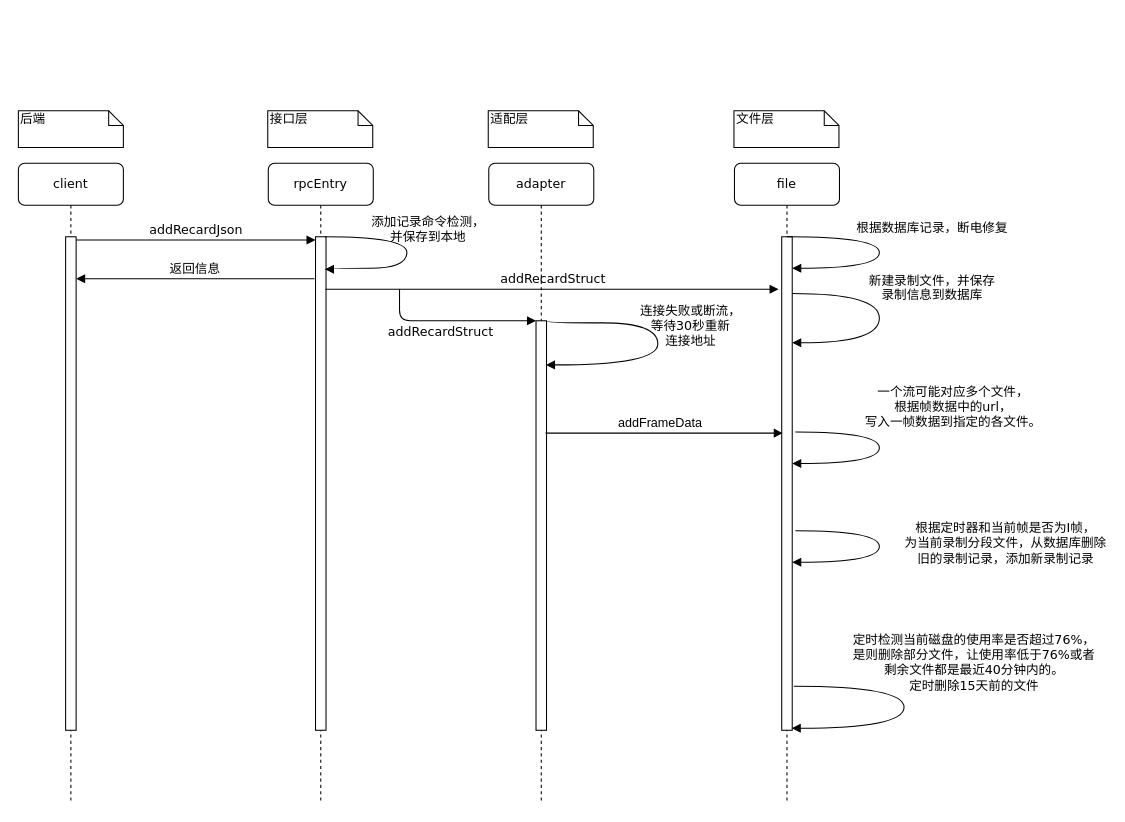
This is lookUpLessonSequenceDiagram.drawio from huangPeiLc/drawio, a draw.io file, before an edit. Source tidied: cells renumbered, new cells numbered last; positions are measured from the earlier drawing's top-left corner, leaving out a move shared by most shapes. Both pictures are drawn from the tidied source at 105%, with x=0, y=0 at pixel (18, 110).
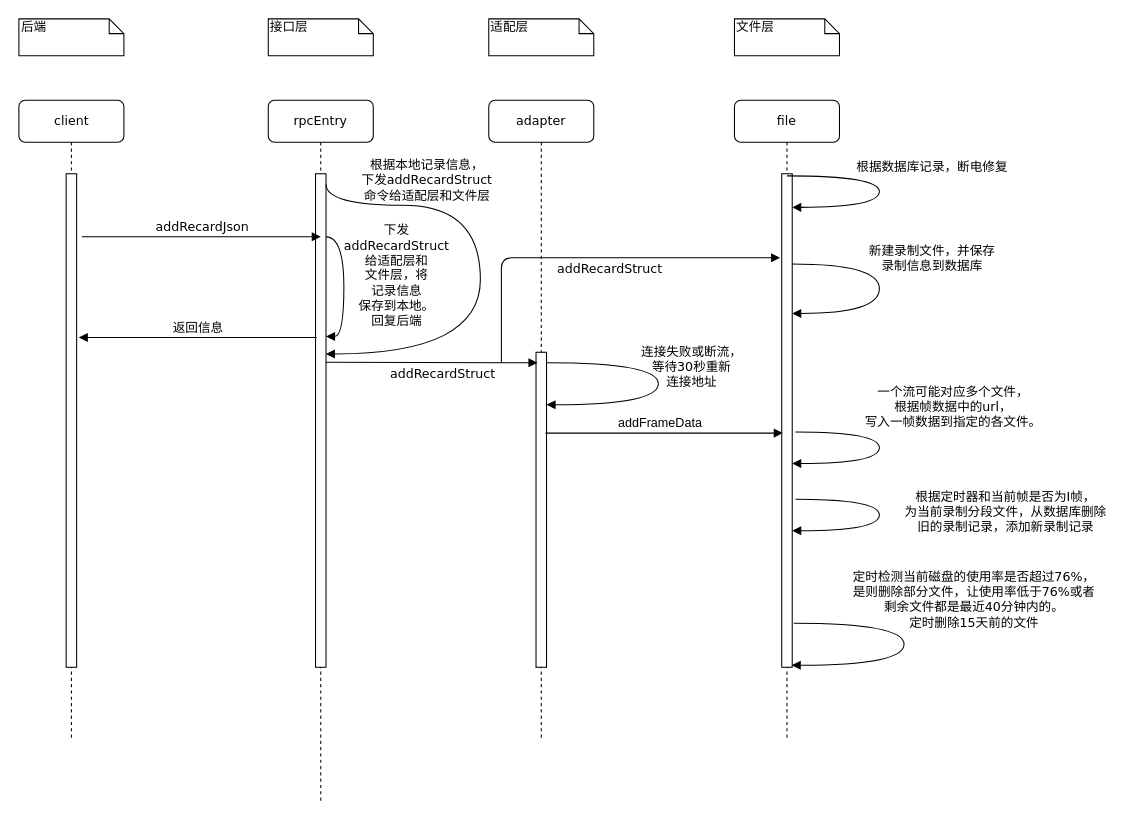
Above is the later version.

The change refers to these unchanged cells:
```xml
<mxCell id="5" style="html=1;points=[];perimeter=orthogonalPerimeter;rounded=0;shadow=0;comic=0;labelBackgroundColor=none;strokeColor=#000000;strokeWidth=1;fillColor=#FFFFFF;fontFamily=Verdana;fontSize=12;fontColor=#000000;align=center;" parent="4" vertex="1">
  <mxGeometry x="45" y="70" width="10" height="470" as="geometry" />
</mxCell>
<mxCell id="8" style="html=1;points=[];perimeter=orthogonalPerimeter;rounded=0;shadow=0;comic=0;labelBackgroundColor=none;strokeColor=#000000;strokeWidth=1;fillColor=#FFFFFF;fontFamily=Verdana;fontSize=12;fontColor=#000000;align=center;" parent="7" vertex="1">
  <mxGeometry x="45" y="70" width="10" height="470" as="geometry" />
</mxCell>
<mxCell id="14" style="html=1;points=[];perimeter=orthogonalPerimeter;rounded=0;shadow=0;comic=0;labelBackgroundColor=none;strokeColor=#000000;strokeWidth=1;fillColor=#FFFFFF;fontFamily=Verdana;fontSize=12;fontColor=#000000;align=center;" parent="13" vertex="1">
  <mxGeometry x="45" y="70" width="10" height="470" as="geometry" />
</mxCell>
```

Diff of the diagram source:
```diff
@@
     <mxCell id="2" value="adapter" style="shape=umlLifeline;perimeter=lifelinePerimeter;whiteSpace=wrap;html=1;rounded=1;shadow=0;comic=0;labelBackgroundColor=none;strokeColor=#000000;strokeWidth=1;fillColor=#FFFFFF;fontFamily=Verdana;fontSize=12;fontColor=#000000;align=center;" parent="1" vertex="1">
-      <mxGeometry x="448" y="50" width="100" height="610" as="geometry" />
+      <mxGeometry x="448" y="-10" width="100" height="610" as="geometry" />
     </mxCell>
     <mxCell id="3" style="html=1;points=[];perimeter=orthogonalPerimeter;rounded=0;shadow=0;comic=0;labelBackgroundColor=none;strokeColor=#000000;strokeWidth=1;fillColor=#FFFFFF;fontFamily=Verdana;fontSize=12;fontColor=#000000;align=center;" parent="2" vertex="1">
-      <mxGeometry x="45" y="150" width="10" height="390" as="geometry" />
+      <mxGeometry x="45" y="240" width="10" height="300" as="geometry" />
     </mxCell>
     <mxCell id="4" value="file" style="shape=umlLifeline;perimeter=lifelinePerimeter;whiteSpace=wrap;html=1;rounded=1;shadow=0;comic=0;labelBackgroundColor=none;strokeColor=#000000;strokeWidth=1;fillColor=#FFFFFF;fontFamily=Verdana;fontSize=12;fontColor=#000000;align=center;" parent="1" vertex="1">
-      <mxGeometry x="682" y="50" width="100" height="610" as="geometry" />
+      <mxGeometry x="682" y="-10" width="100" height="610" as="geometry" />
     </mxCell>
@@
     <mxCell id="6" value="&lt;div&gt;新建录制文件，并保存&lt;/div&gt;&lt;div&gt;录制信息到数据库&lt;/div&gt;&lt;div&gt;&lt;br&gt;&lt;/div&gt;" style="html=1;verticalAlign=bottom;endArrow=block;labelBackgroundColor=none;fontFamily=Verdana;fontSize=12;elbow=vertical;edgeStyle=orthogonalEdgeStyle;curved=1;" parent="4" edge="1">
       <mxGeometry x="0.22" y="-54" relative="1" as="geometry">
-        <mxPoint x="55" y="124" as="sourcePoint" />
-        <mxPoint x="55" y="171" as="targetPoint" />
+        <mxPoint x="55" y="156" as="sourcePoint" />
+        <mxPoint x="55" y="203" as="targetPoint" />
         <Array as="points">
-          <mxPoint x="138" y="124" />
-          <mxPoint x="138" y="171" />
+          <mxPoint x="138" y="156" />
+          <mxPoint x="138" y="203" />
         </Array>
         <mxPoint x="50" y="33" as="offset" />
       </mxGeometry>
     </mxCell>
     <mxCell id="7" value="rpcEntry" style="shape=umlLifeline;perimeter=lifelinePerimeter;whiteSpace=wrap;html=1;rounded=1;shadow=0;comic=0;labelBackgroundColor=none;strokeColor=#000000;strokeWidth=1;fillColor=#FFFFFF;fontFamily=Verdana;fontSize=12;fontColor=#000000;align=center;" parent="1" vertex="1">
-      <mxGeometry x="238" y="50" width="100" height="610" as="geometry" />
+      <mxGeometry x="238" y="-10" width="100" height="670" as="geometry" />
     </mxCell>
@@
+    <mxCell id="27" value="&lt;div&gt;下发&lt;/div&gt;&lt;div&gt;addRecardStruct&lt;br&gt;&lt;/div&gt;&lt;div&gt;给适配层和&lt;/div&gt;&lt;div&gt;文件层，将&lt;/div&gt;&lt;div&gt;记录信息&lt;/div&gt;&lt;div&gt;保存到本地。&lt;/div&gt;&lt;div&gt;回复后端&lt;br&gt;&lt;/div&gt;" style="html=1;verticalAlign=bottom;endArrow=block;labelBackgroundColor=none;fontFamily=Verdana;fontSize=12;elbow=vertical;edgeStyle=orthogonalEdgeStyle;curved=1;exitX=1;exitY=0.298;exitDx=0;exitDy=0;exitPerimeter=0;" parent="7" edge="1">
+      <mxGeometry x="0.73" y="-50" relative="1" as="geometry">
+        <mxPoint x="54.9" y="130.1" as="sourcePoint" />
+        <mxPoint x="55" y="225" as="targetPoint" />
+        <Array as="points">
+          <mxPoint x="72" y="130" />
+          <mxPoint x="72" y="225" />
+        </Array>
+        <mxPoint x="50" y="45" as="offset" />
+      </mxGeometry>
+    </mxCell>
+    <mxCell id="24" value="&lt;div&gt;根据本地记录信息，&lt;/div&gt;&lt;div&gt;下发addRecardStruct&lt;br&gt;&lt;/div&gt;&lt;div&gt;命令给适配层和文件层&lt;br&gt;&lt;/div&gt;" style="html=1;verticalAlign=bottom;endArrow=block;labelBackgroundColor=none;fontFamily=Verdana;fontSize=12;elbow=vertical;edgeStyle=orthogonalEdgeStyle;curved=1;entryX=0.986;entryY=0.365;entryDx=0;entryDy=0;entryPerimeter=0;" parent="7" edge="1" target="8">
+      <mxGeometry x="-0.49" relative="1" as="geometry">
+        <mxPoint x="55" y="80" as="sourcePoint" />
+        <Array as="points">
+          <mxPoint x="55" y="100" />
+          <mxPoint x="202" y="100" />
+          <mxPoint x="202" y="242" />
+        </Array>
+      </mxGeometry>
+    </mxCell>
-    <mxCell id="9" value="addRecardStruct" style="html=1;verticalAlign=bottom;endArrow=block;labelBackgroundColor=none;fontFamily=Verdana;fontSize=12;edgeStyle=elbowEdgeStyle;elbow=vertical;entryX=-0.25;entryY=0.149;entryDx=0;entryDy=0;entryPerimeter=0;" parent="1" edge="1">
-      <mxGeometry relative="1" as="geometry">
-        <mxPoint x="292.5" y="170" as="sourcePoint" />
-        <mxPoint x="724" y="170" as="targetPoint" />
-      </mxGeometry>
+    <mxCell id="9" value="addRecardStruct" style="html=1;verticalAlign=bottom;endArrow=block;labelBackgroundColor=none;fontFamily=Verdana;fontSize=12;edgeStyle=elbowEdgeStyle;elbow=vertical;exitX=0.986;exitY=0.382;exitDx=0;exitDy=0;exitPerimeter=0;entryX=0.138;entryY=0.035;entryDx=0;entryDy=0;entryPerimeter=0;" parent="1" edge="1" source="8" target="3">
+      <mxGeometry x="0.11" y="-20" relative="1" as="geometry" />
     </mxCell>
     <mxCell id="10" value="接口层" style="shape=note;whiteSpace=wrap;html=1;size=14;verticalAlign=top;align=left;spacingTop=-6;rounded=0;shadow=0;comic=0;labelBackgroundColor=none;strokeColor=#000000;strokeWidth=1;fillColor=#FFFFFF;fontFamily=Verdana;fontSize=12;fontColor=#000000;" parent="1" vertex="1">
-      <mxGeometry x="237.5" width="100" height="35" as="geometry" />
+      <mxGeometry x="238" y="-87.5" width="100" height="35" as="geometry" />
     </mxCell>
     <mxCell id="11" value="适配层" style="shape=note;whiteSpace=wrap;html=1;size=14;verticalAlign=top;align=left;spacingTop=-6;rounded=0;shadow=0;comic=0;labelBackgroundColor=none;strokeColor=#000000;strokeWidth=1;fillColor=#FFFFFF;fontFamily=Verdana;fontSize=12;fontColor=#000000;" parent="1" vertex="1">
-      <mxGeometry x="447.5" width="100" height="35" as="geometry" />
+      <mxGeometry x="448" y="-87.5" width="100" height="35" as="geometry" />
     </mxCell>
     <mxCell id="12" value="文件层" style="shape=note;whiteSpace=wrap;html=1;size=14;verticalAlign=top;align=left;spacingTop=-6;rounded=0;shadow=0;comic=0;labelBackgroundColor=none;strokeColor=#000000;strokeWidth=1;fillColor=#FFFFFF;fontFamily=Verdana;fontSize=12;fontColor=#000000;" parent="1" vertex="1">
-      <mxGeometry x="681.5" width="100" height="35" as="geometry" />
+      <mxGeometry x="682" y="-87.5" width="100" height="35" as="geometry" />
     </mxCell>
-    <mxCell id="13" value="client" style="shape=umlLifeline;perimeter=lifelinePerimeter;whiteSpace=wrap;html=1;rounded=1;shadow=0;comic=0;labelBackgroundColor=none;strokeColor=#000000;strokeWidth=1;fillColor=#FFFFFF;fontFamily=Verdana;fontSize=12;fontColor=#000000;align=center;" parent="1" vertex="1">
-      <mxGeometry y="50" width="100" height="610" as="geometry" />
+    <mxCell id="13" value="client" style="shape=umlLifeline;perimeter=lifelinePerimeter;whiteSpace=wrap;html=1;rounded=1;shadow=0;comic=0;labelBackgroundColor=none;strokeColor=#000000;strokeWidth=1;fillColor=#FFFFFF;fontFamily=Verdana;fontSize=12;fontColor=#000000;align=center;size=40;" parent="1" vertex="1">
+      <mxGeometry x="0.5" y="-10" width="100" height="610" as="geometry" />
     </mxCell>
@@
     <mxCell id="15" value="后端" style="shape=note;whiteSpace=wrap;html=1;size=14;verticalAlign=top;align=left;spacingTop=-6;rounded=0;shadow=0;comic=0;labelBackgroundColor=none;strokeColor=#000000;strokeWidth=1;fillColor=#FFFFFF;fontFamily=Verdana;fontSize=12;fontColor=#000000;" parent="1" vertex="1">
-      <mxGeometry width="100" height="35" as="geometry" />
+      <mxGeometry x="0.5" y="-87.5" width="100" height="35" as="geometry" />
     </mxCell>
-    <mxCell id="16" value="addRecardJson" style="html=1;verticalAlign=bottom;endArrow=block;labelBackgroundColor=none;fontFamily=Verdana;fontSize=12;edgeStyle=elbowEdgeStyle;elbow=vertical;" parent="1" edge="1" source="14">
+    <mxCell id="16" value="addRecardJson" style="html=1;verticalAlign=bottom;endArrow=block;labelBackgroundColor=none;fontFamily=Verdana;fontSize=12;edgeStyle=elbowEdgeStyle;elbow=vertical;" parent="1" edge="1">
       <mxGeometry relative="1" as="geometry">
-        <mxPoint x="283" y="123" as="targetPoint" />
+        <mxPoint x="60.5" y="120" as="sourcePoint" />
+        <mxPoint x="288" y="120" as="targetPoint" />
         <Array as="points">
-          <mxPoint x="173" y="123" />
+          <mxPoint x="178" y="120" />
         </Array>
       </mxGeometry>
     </mxCell>
-    <mxCell id="17" value="根据数据库记录，断电修复" style="html=1;verticalAlign=bottom;endArrow=block;labelBackgroundColor=none;fontFamily=Verdana;fontSize=12;elbow=vertical;edgeStyle=orthogonalEdgeStyle;curved=1;" parent="1" edge="1" target="5">
+    <mxCell id="17" value="根据数据库记录，断电修复" style="html=1;verticalAlign=bottom;endArrow=block;labelBackgroundColor=none;fontFamily=Verdana;fontSize=12;elbow=vertical;edgeStyle=orthogonalEdgeStyle;curved=1;" parent="1" edge="1">
       <mxGeometry x="-0.11" y="50" relative="1" as="geometry">
-        <mxPoint x="732" y="120" as="sourcePoint" />
+        <mxPoint x="732" y="62" as="sourcePoint" />
+        <mxPoint x="737" y="92" as="targetPoint" />
         <Array as="points">
-          <mxPoint x="820" y="120" />
-          <mxPoint x="820" y="150" />
+          <mxPoint x="820" y="62" />
+          <mxPoint x="820" y="92" />
         </Array>
       </mxGeometry>
     </mxCell>
@@
-    <mxCell id="19" value="&lt;div&gt;连接失败或断流，&lt;/div&gt;&lt;div&gt;等待30秒重新&lt;/div&gt;&lt;div&gt;连接地址&lt;/div&gt;" style="html=1;verticalAlign=bottom;endArrow=block;labelBackgroundColor=none;fontFamily=Verdana;fontSize=12;elbow=vertical;edgeStyle=orthogonalEdgeStyle;curved=1;exitX=1.068;exitY=0.001;exitDx=0;exitDy=0;exitPerimeter=0;" parent="1" edge="1" source="3">
+    <mxCell id="19" value="&lt;div&gt;连接失败或断流，&lt;/div&gt;&lt;div&gt;等待30秒重新&lt;/div&gt;&lt;div&gt;连接地址&lt;/div&gt;" style="html=1;verticalAlign=bottom;endArrow=block;labelBackgroundColor=none;fontFamily=Verdana;fontSize=12;elbow=vertical;edgeStyle=orthogonalEdgeStyle;curved=1;" parent="1" edge="1">
       <mxGeometry x="0.06" y="31" relative="1" as="geometry">
-        <mxPoint x="502.5" y="242" as="targetPoint" />
+        <mxPoint x="503.5" y="240" as="sourcePoint" />
+        <mxPoint x="503" y="280" as="targetPoint" />
         <Array as="points">
-          <mxPoint x="504" y="202" />
-          <mxPoint x="609" y="202" />
-          <mxPoint x="609" y="242" />
+          <mxPoint x="503.5" y="240" />
+          <mxPoint x="609.5" y="240" />
+          <mxPoint x="609.5" y="280" />
         </Array>
       </mxGeometry>
     </mxCell>
     <mxCell id="20" value="&lt;div&gt;定时检测当前磁盘的使用率是否超过76%，&lt;/div&gt;&lt;div&gt;是则删除部分文件，让使用率低于76%或者&lt;/div&gt;&lt;div&gt;剩余文件都是最近40分钟内的。&lt;/div&gt;&lt;div&gt;定时删除15天前的文件&lt;br&gt;&lt;/div&gt;" style="html=1;verticalAlign=bottom;endArrow=block;labelBackgroundColor=none;fontFamily=Verdana;fontSize=12;elbow=vertical;edgeStyle=orthogonalEdgeStyle;curved=1;" parent="1" edge="1">
       <mxGeometry x="-0.17" y="-67" relative="1" as="geometry">
-        <mxPoint x="738.5" y="548" as="sourcePoint" />
-        <mxPoint x="736.5" y="588" as="targetPoint" />
+        <mxPoint x="738.5" y="488" as="sourcePoint" />
+        <mxPoint x="736.5" y="528" as="targetPoint" />
         <Array as="points">
-          <mxPoint x="843.5" y="548" />
-          <mxPoint x="843.5" y="588" />
+          <mxPoint x="843.5" y="488" />
+          <mxPoint x="843.5" y="528" />
         </Array>
         <mxPoint x="133" y="9" as="offset" />
       </mxGeometry>
     </mxCell>
-    <mxCell id="21" value="addRecardStruct" style="html=1;verticalAlign=bottom;endArrow=block;labelBackgroundColor=none;fontFamily=Verdana;fontSize=12;edgeStyle=elbowEdgeStyle;elbow=vertical;" parent="1" edge="1" target="3">
-      <mxGeometry x="-0.14" y="-20" relative="1" as="geometry">
-        <mxPoint x="363" y="170" as="sourcePoint" />
-        <Array as="points">
-          <mxPoint x="420" y="200" />
-        </Array>
-      </mxGeometry>
-    </mxCell>
@@
-    <mxCell id="24" value="&lt;div&gt;添加记录命令检测，&lt;/div&gt;&lt;div&gt;并保存到本地&lt;/div&gt;" style="html=1;verticalAlign=bottom;endArrow=block;labelBackgroundColor=none;fontFamily=Verdana;fontSize=12;elbow=vertical;edgeStyle=orthogonalEdgeStyle;curved=1;" parent="1" edge="1">
-      <mxGeometry x="-0.17" y="-22" relative="1" as="geometry">
-        <mxPoint x="292" y="120" as="sourcePoint" />
-        <mxPoint x="292" y="151" as="targetPoint" />
-        <Array as="points">
-          <mxPoint x="370" y="120" />
-          <mxPoint x="370" y="150" />
-          <mxPoint x="300" y="150" />
-          <mxPoint x="300" y="151" />
-          <mxPoint x="292" y="151" />
-        </Array>
-        <mxPoint x="42" y="10" as="offset" />
-      </mxGeometry>
-    </mxCell>
-    <mxCell id="25" value="返回信息" style="html=1;verticalAlign=bottom;endArrow=block;labelBackgroundColor=none;fontFamily=Verdana;fontSize=12;edgeStyle=elbowEdgeStyle;elbow=vertical;exitX=0.7;exitY=0.085;exitDx=0;exitDy=0;exitPerimeter=0;" parent="1" edge="1" target="14">
+    <mxCell id="25" value="返回信息" style="html=1;verticalAlign=bottom;endArrow=block;labelBackgroundColor=none;fontFamily=Verdana;fontSize=12;edgeStyle=elbowEdgeStyle;elbow=vertical;exitX=0.7;exitY=0.085;exitDx=0;exitDy=0;exitPerimeter=0;" parent="1" edge="1">
       <mxGeometry relative="1" as="geometry">
-        <mxPoint x="282" y="159.9" as="sourcePoint" />
+        <mxPoint x="284" y="215.9" as="sourcePoint" />
+        <mxPoint x="57.5" y="216" as="targetPoint" />
         <Array as="points">
-          <mxPoint x="272" y="160" />
+          <mxPoint x="274" y="216" />
         </Array>
       </mxGeometry>
     </mxCell>
     <mxCell id="26" value="&lt;div&gt;根据定时器和当前帧是否为I帧，&lt;/div&gt;&lt;div&gt;为当前录制分段文件，从数据库删除&lt;/div&gt;&lt;div&gt;旧的录制记录，添加新录制记录&lt;br&gt;&lt;/div&gt;" style="html=1;verticalAlign=bottom;endArrow=block;labelBackgroundColor=none;fontFamily=Verdana;fontSize=12;elbow=vertical;edgeStyle=orthogonalEdgeStyle;curved=1;" parent="1" edge="1">
       <mxGeometry x="0.14" y="120" relative="1" as="geometry">
-        <mxPoint x="740" y="400" as="sourcePoint" />
-        <mxPoint x="737" y="430" as="targetPoint" />
+        <mxPoint x="740" y="370" as="sourcePoint" />
+        <mxPoint x="737" y="400" as="targetPoint" />
         <Array as="points">
+          <mxPoint x="820" y="370" />
           <mxPoint x="820" y="400" />
-          <mxPoint x="820" y="430" />
         </Array>
         <mxPoint x="120" y="-114" as="offset" />
       </mxGeometry>
     </mxCell>
+    <mxCell id="21" value="addRecardStruct" style="html=1;verticalAlign=bottom;endArrow=block;labelBackgroundColor=none;fontFamily=Verdana;fontSize=12;edgeStyle=elbowEdgeStyle;elbow=vertical;entryX=-0.157;entryY=0.171;entryDx=0;entryDy=0;entryPerimeter=0;" parent="1" edge="1" target="5">
+      <mxGeometry x="0.11" y="-20" relative="1" as="geometry">
+        <mxPoint x="460" y="240" as="sourcePoint" />
+        <Array as="points">
+          <mxPoint x="590" y="140" />
+        </Array>
+      </mxGeometry>
+    </mxCell>
```
